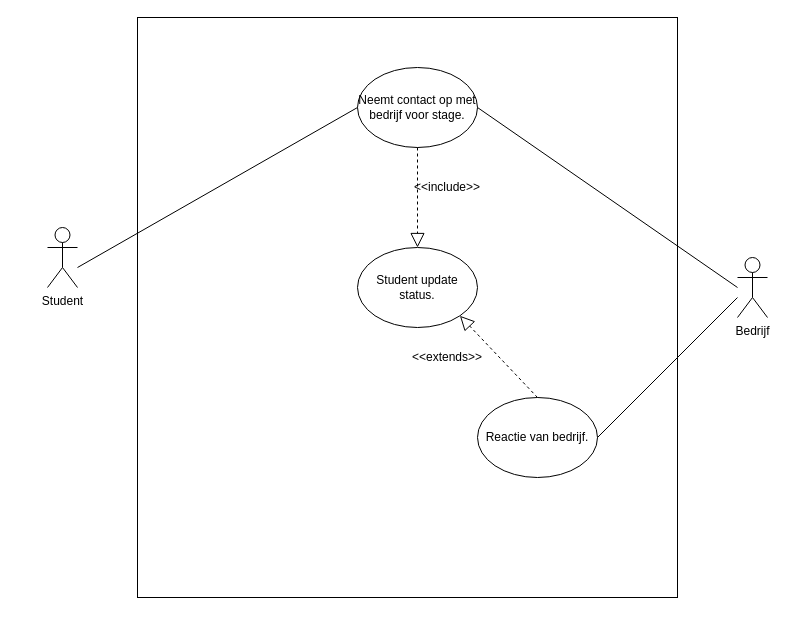
Before: documentatie/Usecases/Student status.drawio in nicolaydammer/eindopdracht-stagesysteem, a draw.io diagram. Source tidied: cells renumbered, new cells numbered last; positions are measured from the earlier drawing's top-left corner, leaving out a move shared by most shapes. Both pictures are drawn from the tidied source at 100%, with x=0, y=0 at pixel (47, 17).
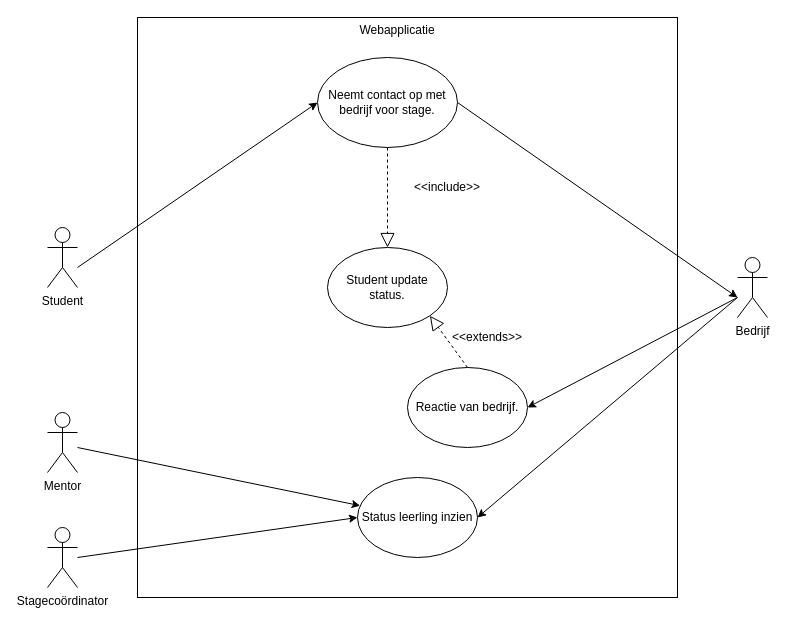
The same diagram, later.

Commit message (it also covers changes not shown here):
student status usecase update

What changed in the source:
```diff
@@
     <mxCell id="5" value="Neemt contact op met bedrijf voor stage. " style="ellipse;whiteSpace=wrap;html=1;" parent="1" vertex="1">
-      <mxGeometry x="310" y="50" width="120" height="80" as="geometry" />
+      <mxGeometry x="270" y="40" width="140" height="90" as="geometry" />
     </mxCell>
     <mxCell id="6" value="Reactie van bedrijf." style="ellipse;whiteSpace=wrap;html=1;" parent="1" vertex="1">
-      <mxGeometry x="430" y="380" width="120" height="80" as="geometry" />
+      <mxGeometry x="360" y="350" width="120" height="80" as="geometry" />
     </mxCell>
     <mxCell id="7" value="Student update status." style="ellipse;whiteSpace=wrap;html=1;" parent="1" vertex="1">
-      <mxGeometry x="310" y="230" width="120" height="80" as="geometry" />
+      <mxGeometry x="280" y="230" width="120" height="80" as="geometry" />
     </mxCell>
     <mxCell id="8" value="&amp;lt;&amp;lt;extends&amp;gt;&amp;gt;" style="text;html=1;strokeColor=none;fillColor=none;align=center;verticalAlign=middle;whiteSpace=wrap;rounded=0;" parent="1" vertex="1">
-      <mxGeometry x="380" y="330" width="40" height="20" as="geometry" />
+      <mxGeometry x="420" y="310" width="40" height="20" as="geometry" />
     </mxCell>
-    <mxCell id="9" style="endArrow=block;dashed=1;endFill=0;endSize=12;html=1;" parent="1" edge="1" target="7">
-      <mxGeometry relative="1" as="geometry">
-        <mxPoint x="370" y="130" as="sourcePoint" />
-      </mxGeometry>
+    <mxCell id="9" style="endArrow=block;dashed=1;endFill=0;endSize=12;html=1;exitX=0.5;exitY=1;exitDx=0;exitDy=0;" parent="1" edge="1" source="5" target="7">
+      <mxGeometry relative="1" as="geometry" />
     </mxCell>
@@
-    <mxCell id="12" style="endArrow=none;html=1;exitX=1;exitY=0.5;exitDx=0;exitDy=0;" parent="1" edge="1" source="6">
-      <mxGeometry relative="1" as="geometry">
-        <mxPoint x="690" y="280" as="targetPoint" />
-      </mxGeometry>
-    </mxCell>
-    <mxCell id="13" style="endArrow=none;html=1;exitX=1;exitY=0.5;exitDx=0;exitDy=0;" parent="1" edge="1" source="5">
-      <mxGeometry relative="1" as="geometry">
-        <mxPoint x="690" y="270" as="targetPoint" />
-      </mxGeometry>
-    </mxCell>
-    <mxCell id="14" style="endArrow=none;html=1;entryX=0;entryY=0.5;entryDx=0;entryDy=0;" parent="1" edge="1" target="5">
-      <mxGeometry relative="1" as="geometry">
-        <mxPoint x="30" y="250" as="sourcePoint" />
-      </mxGeometry>
-    </mxCell>
+    <mxCell id="15" value="Mentor" style="shape=umlActor;verticalLabelPosition=bottom;labelBackgroundColor=#ffffff;verticalAlign=top;html=1;" parent="1" vertex="1">
+      <mxGeometry y="395" width="30" height="60" as="geometry" />
+    </mxCell>
+    <mxCell id="16" value="Stagecoördinator" style="shape=umlActor;verticalLabelPosition=bottom;labelBackgroundColor=#ffffff;verticalAlign=top;html=1;" parent="1" vertex="1">
+      <mxGeometry y="510" width="30" height="60" as="geometry" />
+    </mxCell>
+    <mxCell id="17" value="Status leerling inzien" style="ellipse;whiteSpace=wrap;html=1;" parent="1" vertex="1">
+      <mxGeometry x="310" y="460" width="120" height="80" as="geometry" />
+    </mxCell>
+    <mxCell id="18" value="&lt;div&gt;Webapplicatie&lt;/div&gt;&lt;div&gt;&lt;br&gt;&lt;/div&gt;" style="text;html=1;strokeColor=none;fillColor=none;align=center;verticalAlign=middle;whiteSpace=wrap;rounded=0;" parent="1" vertex="1">
+      <mxGeometry x="330" y="10" width="40" height="20" as="geometry" />
+    </mxCell>
+    <mxCell id="19" style="endArrow=classic;html=1;entryX=0;entryY=0.5;entryDx=0;entryDy=0;" parent="1" edge="1" target="5">
+      <mxGeometry relative="1" as="geometry">
+        <mxPoint x="30" y="250" as="sourcePoint" />
+      </mxGeometry>
+    </mxCell>
+    <mxCell id="20" style="endArrow=classic;html=1;exitX=1;exitY=0.5;exitDx=0;exitDy=0;" parent="1" edge="1" source="5">
+      <mxGeometry relative="1" as="geometry">
+        <mxPoint x="690" y="280" as="targetPoint" />
+      </mxGeometry>
+    </mxCell>
+    <mxCell id="21" style="endArrow=classic;html=1;entryX=1;entryY=0.5;entryDx=0;entryDy=0;" parent="1" edge="1" target="6">
+      <mxGeometry relative="1" as="geometry">
+        <mxPoint x="690" y="280" as="sourcePoint" />
+      </mxGeometry>
+    </mxCell>
+    <mxCell id="22" style="endArrow=classic;html=1;entryX=1;entryY=0.5;entryDx=0;entryDy=0;" parent="1" edge="1" target="17">
+      <mxGeometry relative="1" as="geometry">
+        <mxPoint x="690" y="280" as="sourcePoint" />
+      </mxGeometry>
+    </mxCell>
+    <mxCell id="23" style="endArrow=classic;html=1;" parent="1" edge="1" target="17">
+      <mxGeometry relative="1" as="geometry">
+        <mxPoint x="30" y="430" as="sourcePoint" />
+      </mxGeometry>
+    </mxCell>
+    <mxCell id="24" style="endArrow=classic;html=1;entryX=0;entryY=0.5;entryDx=0;entryDy=0;" parent="1" edge="1" target="17">
+      <mxGeometry relative="1" as="geometry">
+        <mxPoint x="30" y="540" as="sourcePoint" />
+      </mxGeometry>
+    </mxCell>
```
